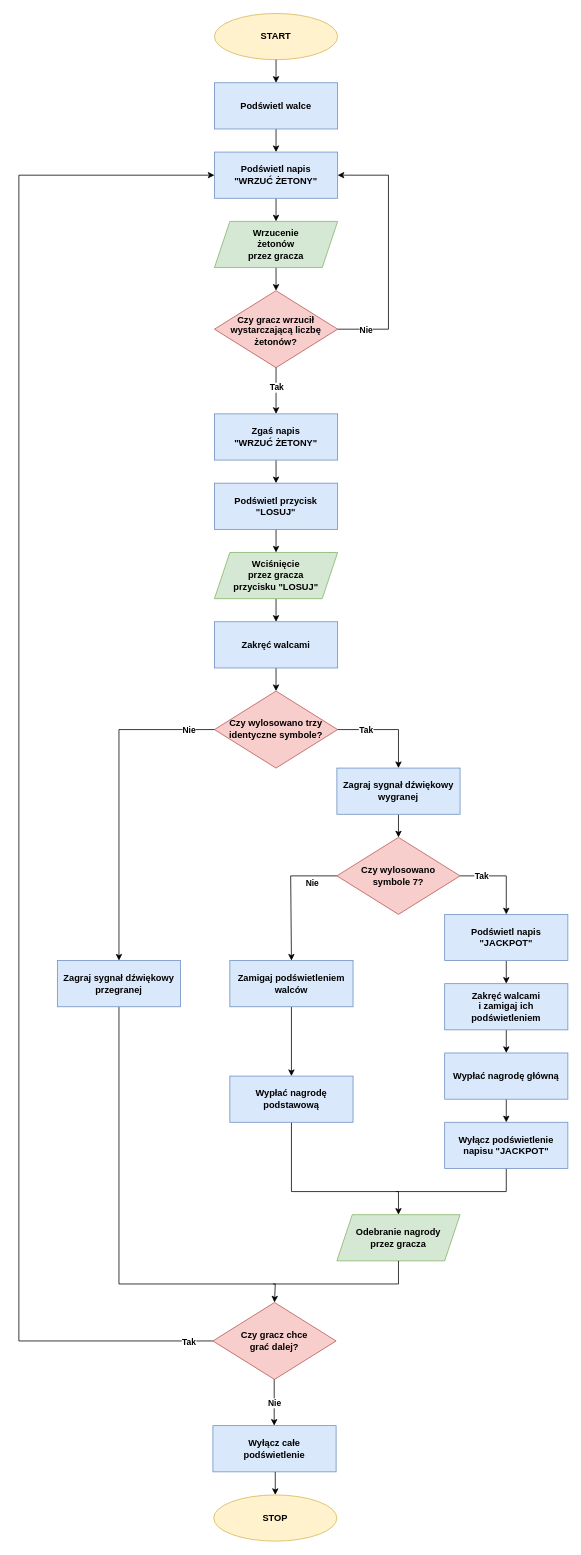
The draw.io diagram bandit.drawio in fearthequiet/JP_schemat_24-25-L, before the edit. Source tidied: cells renumbered, new cells numbered last; positions are measured from the earlier drawing's top-left corner, leaving out a move shared by most shapes. Both pictures are drawn from the tidied source at 77%, with x=0, y=0 at pixel (18, 13).
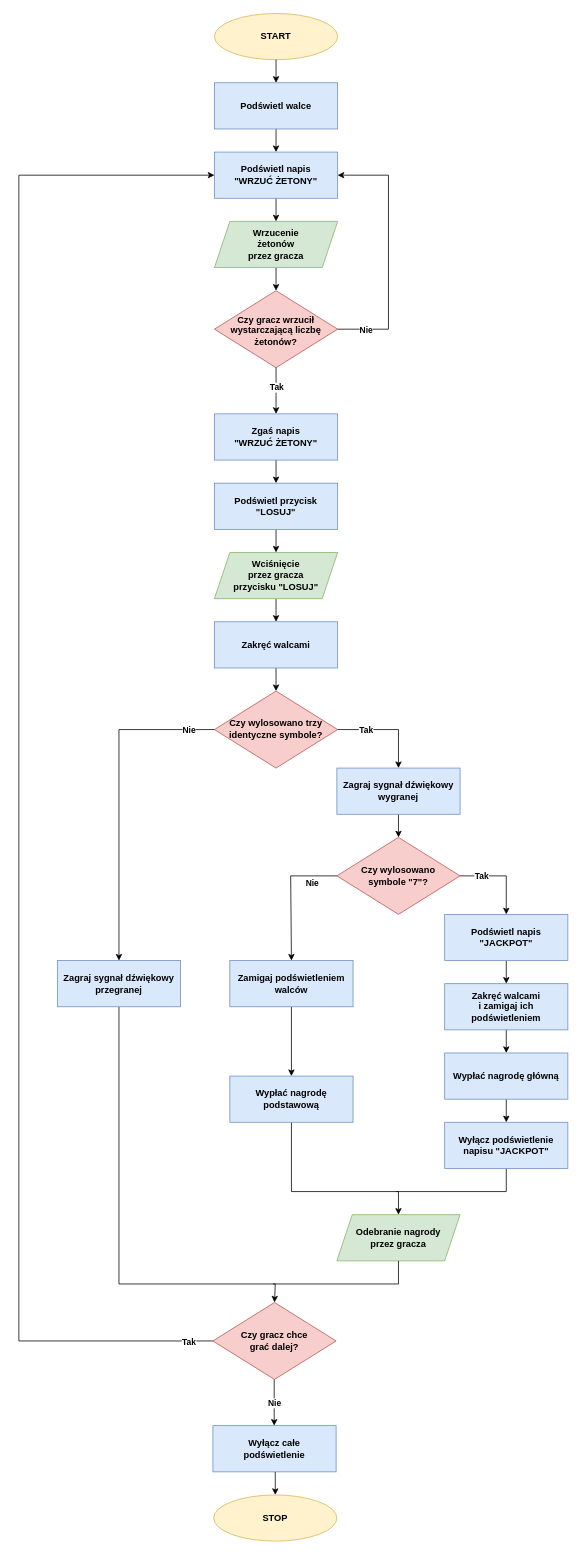
After the change.

Change to the diagram source:
```diff
@@
-    <mxCell id="24" value="&lt;div&gt;Czy wylosowano&lt;/div&gt;&lt;div&gt;symbole 7?&lt;/div&gt;" style="rhombus;whiteSpace=wrap;html=1;align=center;fontStyle=1;fillColor=#f8cecc;strokeColor=#b85450;" parent="1" vertex="1">
+    <mxCell id="24" value="&lt;div&gt;Czy wylosowano&lt;/div&gt;&lt;div&gt;symbole &quot;7&quot;?&lt;/div&gt;" style="rhombus;whiteSpace=wrap;html=1;align=center;fontStyle=1;fillColor=#f8cecc;strokeColor=#b85450;" parent="1" vertex="1">
       <mxGeometry x="413" y="1070" width="160" height="100" as="geometry" />
     </mxCell>
```
